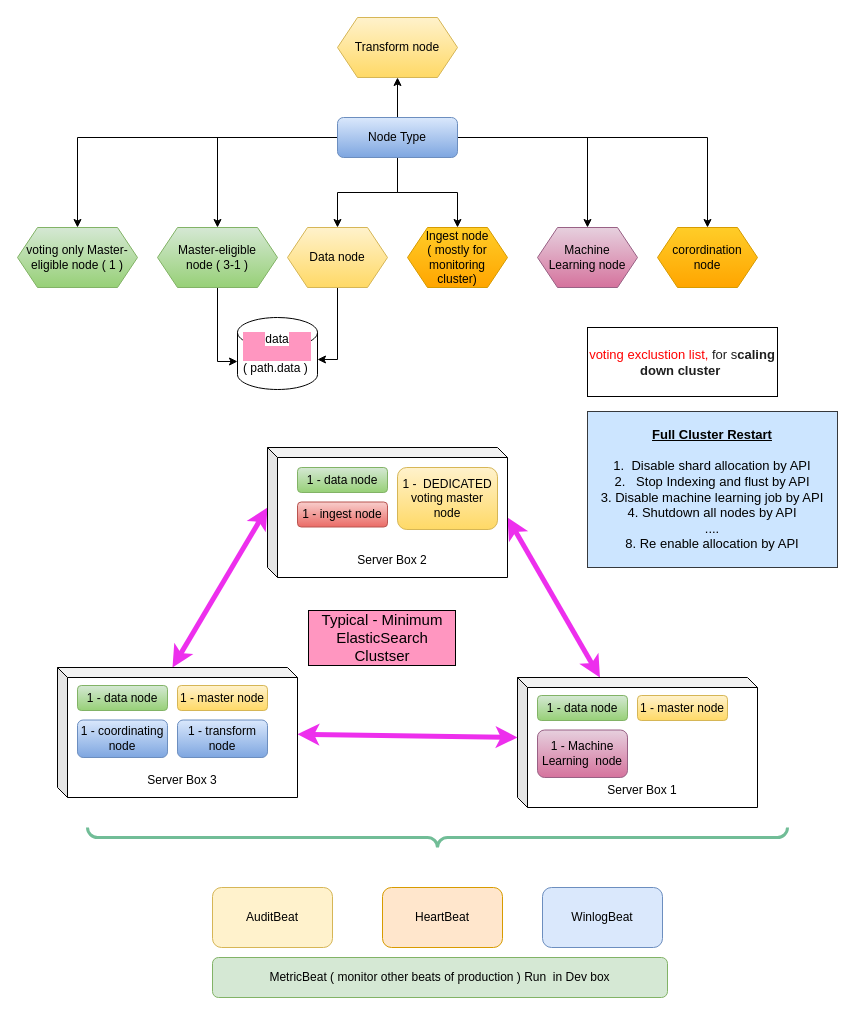
This is page "Node & Cluster" (5 of 13) of My Articles/elastic stack/ElasticSearch Administration.drawio from paramothers/books, a draw.io file, before an edit. Source tidied: cells renumbered, new cells numbered last; positions are measured from the earlier drawing's top-left corner, leaving out a move shared by most shapes. Both pictures are drawn from the tidied source at 100%, with x=0, y=0 at pixel (17, 17).
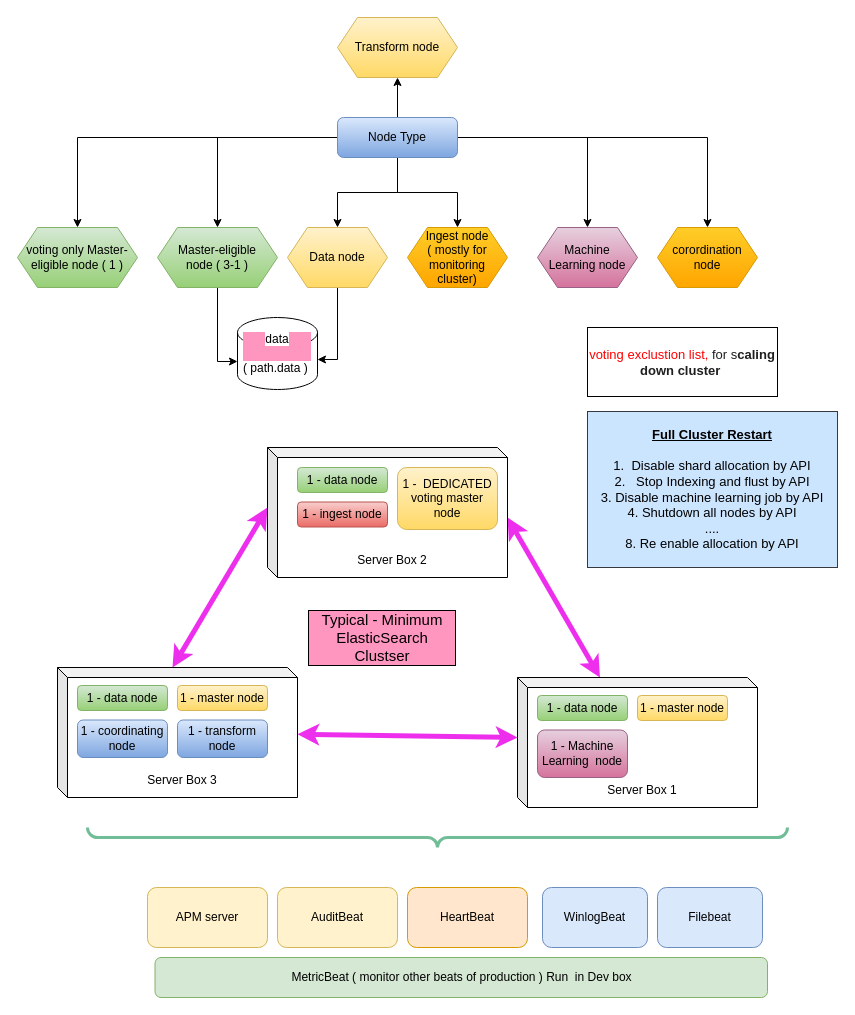
The same diagram, later.

What changed in the source:
```diff
@@
     <mxCell id="39" value="AuditBeat" style="rounded=1;whiteSpace=wrap;html=1;fillColor=#fff2cc;strokeColor=#d6b656;" parent="1" vertex="1">
-      <mxGeometry x="195" y="870" width="120" height="60" as="geometry" />
+      <mxGeometry x="260" y="870" width="120" height="60" as="geometry" />
     </mxCell>
     <mxCell id="40" value="HeartBeat" style="rounded=1;whiteSpace=wrap;html=1;fillColor=#ffe6cc;strokeColor=#d79b00;" parent="1" vertex="1">
-      <mxGeometry x="365" y="870" width="120" height="60" as="geometry" />
+      <mxGeometry x="390" y="870" width="120" height="60" as="geometry" />
     </mxCell>
     <mxCell id="41" value="WinlogBeat" style="rounded=1;whiteSpace=wrap;html=1;fillColor=#dae8fc;strokeColor=#6c8ebf;" parent="1" vertex="1">
-      <mxGeometry x="525" y="870" width="120" height="60" as="geometry" />
+      <mxGeometry x="525" y="870" width="105" height="60" as="geometry" />
     </mxCell>
     <mxCell id="42" value="MetricBeat ( monitor other beats of production ) Run&amp;nbsp; in Dev box" style="rounded=1;whiteSpace=wrap;html=1;fillColor=#d5e8d4;strokeColor=#82b366;" parent="1" vertex="1">
-      <mxGeometry x="195" y="940" width="455" height="40" as="geometry" />
+      <mxGeometry x="137.5" y="940" width="612.5" height="40" as="geometry" />
     </mxCell>
@@
+    <mxCell id="44" value="APM server" style="rounded=1;whiteSpace=wrap;html=1;fillColor=#fff2cc;strokeColor=#d6b656;" parent="1" vertex="1">
+      <mxGeometry x="130" y="870" width="120" height="60" as="geometry" />
+    </mxCell>
+    <mxCell id="45" value="Filebeat" style="rounded=1;whiteSpace=wrap;html=1;fillColor=#dae8fc;strokeColor=#6c8ebf;" parent="1" vertex="1">
+      <mxGeometry x="640" y="870" width="105" height="60" as="geometry" />
+    </mxCell>
```
